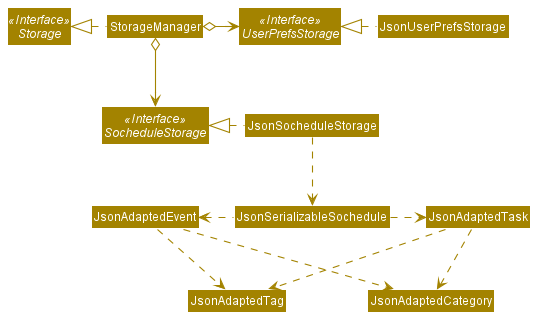
This is docs/images/StorageClassDiagram.png from nus-cs2103-AY2021S2/tp, a PlantUML export, as it was before one commit.
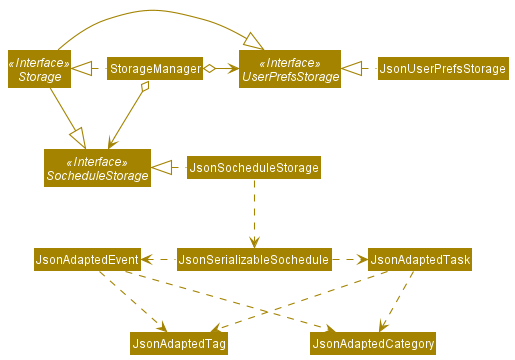
The same file after the commit.

Commit message:
DG: Fix Storage class diagram

Change to the diagram source:
```diff
@@ -12,6 +12,8 @@
 Class JsonUserPrefsStorage
 Class JsonSocheduleStorage
 
+Storage -|> UserPrefsStorage
+Storage -|> SocheduleStorage
 StorageManager .left.|> Storage
 StorageManager o-right-> UserPrefsStorage
 StorageManager o--> SocheduleStorage
```
